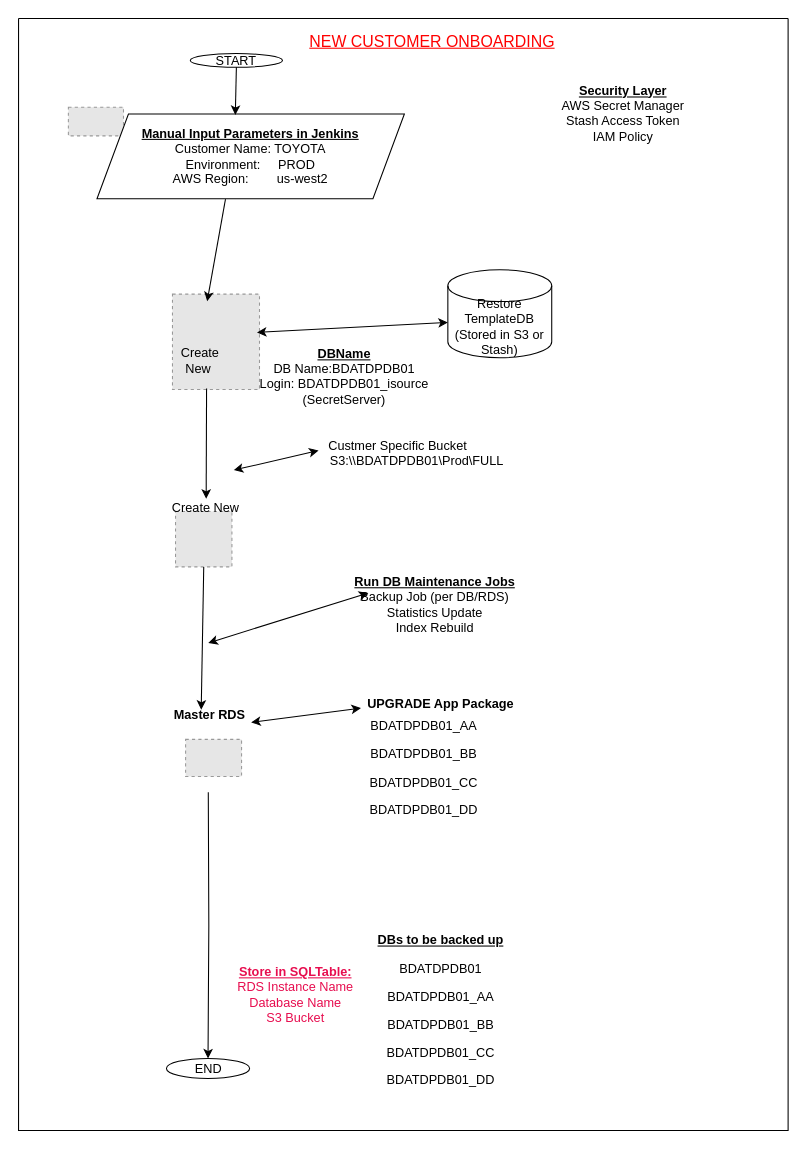
This is Untitled Diagram.drawio from Ravi1983-dev/devopsdemo, a draw.io file, before an edit. Source tidied: cells renumbered, new cells numbered last; positions are measured from the earlier drawing's top-left corner, leaving out a move shared by most shapes. Both pictures are drawn from the tidied source at 106%, with x=0, y=0 at pixel (18, 18). Pictures stored in the file or linked from it are replaced by grey dashed boxes.
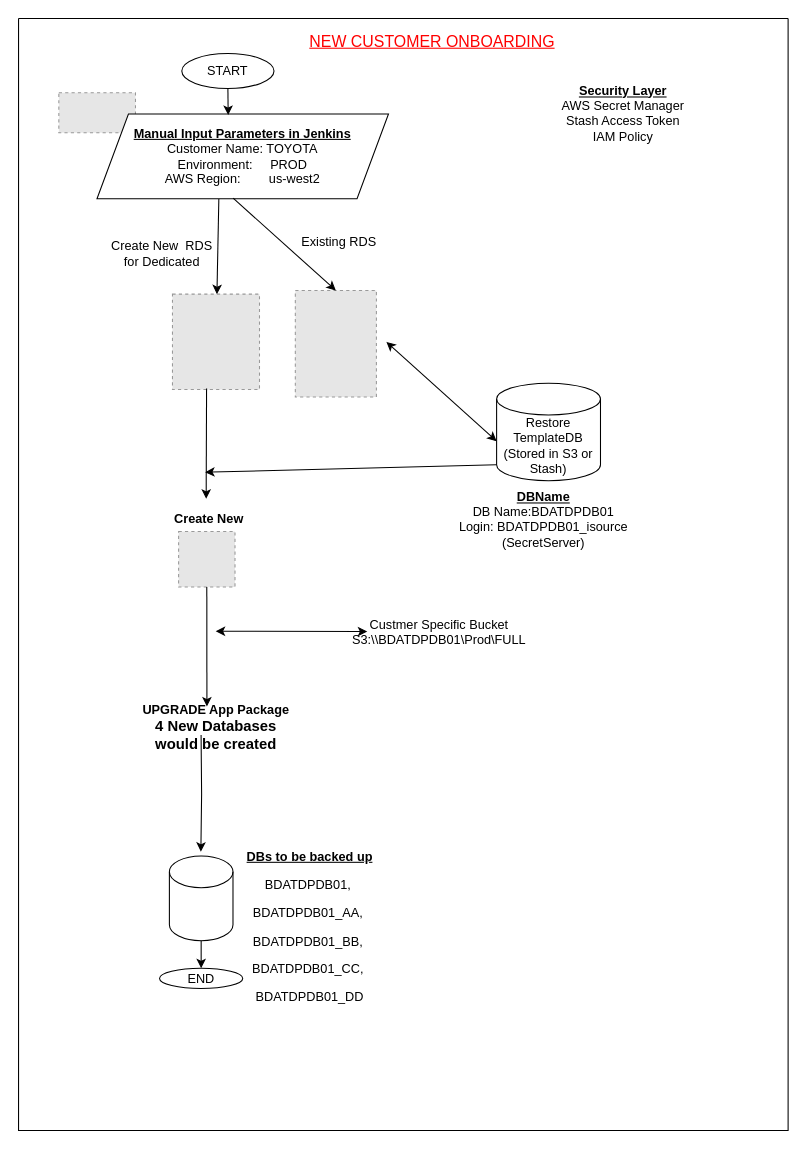
The same page after the edit.

The change refers to these unchanged cells:
```xml
<mxCell id="3" style="swimlane;startSize=0;" parent="1" vertex="1">
  <mxGeometry width="726" height="1049" as="geometry" />
</mxCell>
<mxCell id="14" style="fillColor=#E6E6E6;strokeColor=#999999;dashed=1;verticalLabelPosition=bottom;labelBackgroundColor=default;verticalAlign=top;" parent="3" vertex="1">
  <mxGeometry x="145.2" y="260" width="82.1" height="90" as="geometry" />
</mxCell>
```

What changed in the source:
```diff
@@
-    <mxCell id="2" style="endArrow=classic;startArrow=classic;html=1;rounded=0;entryX=0;entryY=0.25;entryDx=0;entryDy=0;" parent="1" edge="1" target="7">
-      <mxGeometry relative="1" as="geometry">
-        <mxPoint x="203" y="426" as="sourcePoint" />
-      </mxGeometry>
-    </mxCell>
@@
     <mxCell id="6" value="&lt;b&gt;&lt;u&gt;DBName&lt;/u&gt;&lt;/b&gt;&lt;div&gt;&lt;span&gt;DB Name:&lt;/span&gt;&lt;span style=&quot;background-color: transparent; color: light-dark(rgb(0, 0, 0), rgb(255, 255, 255));&quot;&gt;BDATDPDB01&lt;/span&gt;&lt;/div&gt;&lt;div&gt;&lt;span&gt;Login: BDATDPDB01_isource (SecretServer)&lt;/span&gt;&lt;/div&gt;&lt;div&gt;&lt;br&gt;&lt;/div&gt;" style="text;html=1;align=center;verticalAlign=middle;whiteSpace=wrap;rounded=0;" parent="3" vertex="1">
-      <mxGeometry x="215.3" y="344" width="185" height="2" as="geometry" />
+      <mxGeometry x="403" y="479" width="185" height="2" as="geometry" />
     </mxCell>
-    <mxCell id="7" value="Custmer Specific Bucket&lt;div&gt;&lt;br&gt;&lt;/div&gt;" style="text;html=1;align=center;verticalAlign=middle;whiteSpace=wrap;rounded=0;" parent="3" vertex="1">
-      <mxGeometry x="283" y="404" width="150" height="14" as="geometry" />
-    </mxCell>
-    <mxCell id="8" value="S3:\\&lt;span&gt;BDATDPDB01&lt;/span&gt;\Prod\FULL" style="text;html=1;align=center;verticalAlign=middle;whiteSpace=wrap;rounded=0;" parent="3" vertex="1">
-      <mxGeometry x="308" y="412" width="136" height="11" as="geometry" />
+    <mxCell id="8" value="&lt;div&gt;Custmer Specific Bucket&lt;/div&gt;S3:\\&lt;span&gt;BDATDPDB01&lt;/span&gt;\Prod\FULL" style="text;html=1;align=center;verticalAlign=middle;whiteSpace=wrap;rounded=0;" parent="3" vertex="1">
+      <mxGeometry x="329" y="573" width="136" height="11" as="geometry" />
     </mxCell>
     <mxCell id="9" style="fillColor=#E6E6E6;strokeColor=#999999;dashed=1;verticalLabelPosition=bottom;labelBackgroundColor=default;verticalAlign=top;" parent="3" vertex="1">
-      <mxGeometry x="47" y="83.6" width="52" height="27.1" as="geometry" />
+      <mxGeometry x="38" y="70" width="72.3" height="37.7" as="geometry" />
     </mxCell>
     <mxCell id="10" value="&lt;div&gt;&lt;b style=&quot;&quot;&gt;&lt;u&gt;Manual Input Parameters in Jenkins&lt;/u&gt;&lt;/b&gt;&lt;/div&gt;Customer Name: TOYOTA&lt;div&gt;Environment:&amp;nbsp; &amp;nbsp; &amp;nbsp;PROD&lt;/div&gt;&lt;div&gt;AWS Region:&amp;nbsp; &amp;nbsp; &amp;nbsp; &amp;nbsp; us-west2&lt;/div&gt;" style="shape=parallelogram;perimeter=parallelogramPerimeter;whiteSpace=wrap;html=1;fixedSize=1;size=29.66668701171875;" parent="3" vertex="1">
-      <mxGeometry x="74" y="90.1" width="290" height="79.9" as="geometry" />
+      <mxGeometry x="74" y="90.1" width="275" height="79.9" as="geometry" />
     </mxCell>
     <mxCell id="11" value="START" style="ellipse;whiteSpace=wrap;html=1;" parent="3" vertex="1">
-      <mxGeometry x="162" y="33" width="87" height="13" as="geometry" />
+      <mxGeometry x="154" y="33" width="87" height="33" as="geometry" />
     </mxCell>
@@
-    <mxCell id="13" value="&lt;font style=&quot;color: light-dark(rgb(231, 13, 79), rgb(237, 237, 237));&quot;&gt;&lt;b&gt;&lt;u&gt;Store in SQLTable:&lt;/u&gt;&lt;/b&gt;&lt;/font&gt;&lt;div&gt;&lt;font style=&quot;color: light-dark(rgb(231, 13, 79), rgb(237, 237, 237));&quot;&gt;RDS Instance Name&lt;/font&gt;&lt;div&gt;&lt;font style=&quot;color: light-dark(rgb(231, 13, 79), rgb(237, 237, 237));&quot;&gt;Database Name&lt;/font&gt;&lt;/div&gt;&lt;div&gt;&lt;font style=&quot;color: light-dark(rgb(231, 13, 79), rgb(237, 237, 237));&quot;&gt;S3 Bucket&lt;/font&gt;&lt;/div&gt;&lt;/div&gt;" style="text;html=1;align=center;verticalAlign=middle;whiteSpace=wrap;rounded=0;" parent="3" vertex="1">
-      <mxGeometry x="195" y="888" width="132.9" height="65" as="geometry" />
-    </mxCell>
@@
     <mxCell id="15" style="fillColor=#E6E6E6;strokeColor=#999999;dashed=1;verticalLabelPosition=bottom;labelBackgroundColor=default;verticalAlign=top;" parent="3" vertex="1">
-      <mxGeometry x="148.1" y="465" width="53.2" height="52.3" as="geometry" />
+      <mxGeometry x="151" y="484" width="53.2" height="52.3" as="geometry" />
     </mxCell>
-    <mxCell id="16" value="Create New&amp;nbsp;" style="text;html=1;align=center;verticalAlign=middle;whiteSpace=wrap;rounded=0;" parent="3" vertex="1">
-      <mxGeometry x="142.3" y="455" width="73" height="14" as="geometry" />
+    <mxCell id="16" value="Create New&amp;nbsp;" style="text;html=1;align=center;verticalAlign=middle;whiteSpace=wrap;rounded=0;fontStyle=1;" parent="3" vertex="1">
+      <mxGeometry x="145.2" y="465" width="73" height="14" as="geometry" />
     </mxCell>
-    <mxCell id="17" style="endArrow=classic;html=1;rounded=0;exitX=0.418;exitY=1.004;exitDx=0;exitDy=0;exitPerimeter=0;entryX=0.399;entryY=0.075;entryDx=0;entryDy=0;entryPerimeter=0;" parent="3" edge="1" source="10" target="14">
+    <mxCell id="17" style="endArrow=classic;html=1;rounded=0;exitX=0.418;exitY=1.004;exitDx=0;exitDy=0;exitPerimeter=0;" parent="3" edge="1" source="10" target="14">
       <mxGeometry relative="1" as="geometry" />
     </mxCell>
-    <mxCell id="18" value="Create New&amp;nbsp;" style="text;html=1;align=center;verticalAlign=middle;whiteSpace=wrap;rounded=0;" parent="3" vertex="1">
-      <mxGeometry x="142.3" y="316" width="59" height="14" as="geometry" />
+    <mxCell id="18" value="Create New&amp;nbsp; RDS for Dedicated" style="text;html=1;align=center;verticalAlign=middle;whiteSpace=wrap;rounded=0;" parent="3" vertex="1">
+      <mxGeometry x="80" y="215" width="111" height="14" as="geometry" />
     </mxCell>
@@
     <mxCell id="20" value="END" style="ellipse;whiteSpace=wrap;html=1;" parent="3" vertex="1">
-      <mxGeometry x="139.5" y="981" width="78.5" height="19" as="geometry" />
+      <mxGeometry x="133" y="896" width="78.5" height="19" as="geometry" />
     </mxCell>
-    <mxCell id="21" style="edgeStyle=orthogonalEdgeStyle;rounded=0;jettySize=auto;html=1;entryX=0.5;entryY=0;entryDx=0;entryDy=0;" parent="3" edge="1" target="20">
+    <mxCell id="21" style="edgeStyle=orthogonalEdgeStyle;rounded=0;orthogonalLoop=1;jettySize=auto;html=1;" parent="3" edge="1">
       <mxGeometry relative="1" as="geometry">
-        <mxPoint x="179" y="730" as="sourcePoint" />
+        <mxPoint x="172.2" y="676" as="sourcePoint" />
+        <mxPoint x="172" y="786" as="targetPoint" />
       </mxGeometry>
     </mxCell>
-    <mxCell id="22" style="fillColor=#E6E6E6;strokeColor=#999999;dashed=1;verticalLabelPosition=bottom;labelBackgroundColor=default;verticalAlign=top;" parent="3" vertex="1">
-      <mxGeometry x="157.6" y="680" width="52.8" height="35" as="geometry" />
-    </mxCell>
-    <mxCell id="23" value="&lt;b&gt;Master RDS&lt;/b&gt;" style="text;html=1;align=center;verticalAlign=middle;whiteSpace=wrap;rounded=0;" parent="3" vertex="1">
-      <mxGeometry x="142.3" y="650" width="77.2" height="14" as="geometry" />
-    </mxCell>
-    <mxCell id="24" style="endArrow=classic;html=1;rounded=0;exitX=0.5;exitY=1;exitDx=0;exitDy=0;entryX=0.389;entryY=0.141;entryDx=0;entryDy=0;entryPerimeter=0;" parent="3" edge="1" source="15" target="23">
-      <mxGeometry relative="1" as="geometry" />
-    </mxCell>
-    <mxCell id="25" style="endArrow=classic;startArrow=classic;html=1;rounded=0;entryX=0;entryY=0.382;entryDx=0;entryDy=0;entryPerimeter=0;exitX=0.971;exitY=0.401;exitDx=0;exitDy=0;exitPerimeter=0;" parent="3" edge="1" source="14">
+    <mxCell id="25" style="endArrow=classic;startArrow=classic;html=1;rounded=0;entryX=0;entryY=0;entryDx=0;entryDy=54.75;entryPerimeter=0;" parent="3" edge="1" target="28">
       <mxGeometry relative="1" as="geometry">
-        <mxPoint x="405" y="286.7" as="targetPoint" />
+        <mxPoint x="347" y="305" as="sourcePoint" />
       </mxGeometry>
     </mxCell>
-    <mxCell id="26" value="&lt;b&gt;&lt;u&gt;Run DB Maintenance Jobs&lt;/u&gt;&lt;/b&gt;&lt;div&gt;Backup Job (per DB/RDS)&lt;/div&gt;&lt;div&gt;Statistics Update&lt;b&gt;&lt;u&gt;&lt;/u&gt;&lt;/b&gt;&lt;/div&gt;&lt;div&gt;Index Rebuild&lt;/div&gt;" style="text;html=1;align=center;verticalAlign=middle;whiteSpace=wrap;rounded=0;" parent="3" vertex="1">
-      <mxGeometry x="307" y="546" width="172" height="14" as="geometry" />
-    </mxCell>
-    <mxCell id="27" value="&lt;span&gt;&lt;p&gt;&lt;span style=&quot;background-color: transparent; color: light-dark(rgb(0, 0, 0), rgb(255, 255, 255));&quot;&gt;BDATDPDB01_AA&lt;/span&gt;&lt;/p&gt;&lt;p&gt;BDATDPDB01_BB&lt;/p&gt;&lt;p&gt;BDATDPDB01_CC&lt;/p&gt;&lt;p&gt;BDATDPDB01_DD&lt;/p&gt;&lt;/span&gt;" style="text;html=1;align=center;verticalAlign=middle;whiteSpace=wrap;rounded=0;" parent="3" vertex="1">
-      <mxGeometry x="315" y="705" width="135" height="4" as="geometry" />
-    </mxCell>
     <mxCell id="28" value="Restore TemplateDB&lt;div&gt;(Stored in S3 or Stash)&lt;/div&gt;" style="shape=cylinder3;whiteSpace=wrap;html=1;boundedLbl=1;backgroundOutline=1;size=15;" parent="3" vertex="1">
-      <mxGeometry x="405" y="237" width="98" height="83" as="geometry" />
+      <mxGeometry x="451" y="344" width="98" height="92" as="geometry" />
     </mxCell>
-    <mxCell id="29" value="UPGRADE App Package" style="text;html=1;align=center;verticalAlign=middle;whiteSpace=wrap;rounded=0;fontStyle=1;" parent="3" vertex="1">
-      <mxGeometry x="323" y="640" width="151" height="14" as="geometry" />
+    <mxCell id="29" value="UPGRADE App Package&lt;div&gt;&lt;font style=&quot;font-size: 14px;&quot;&gt;4 New Databases would be created&lt;/font&gt;&lt;/div&gt;" style="text;html=1;align=center;verticalAlign=middle;whiteSpace=wrap;rounded=0;fontStyle=1;" parent="3" vertex="1">
+      <mxGeometry x="110.8" y="662" width="151" height="14" as="geometry" />
     </mxCell>
-    <mxCell id="30" style="endArrow=classic;startArrow=classic;html=1;rounded=0;exitX=1;exitY=1;exitDx=0;exitDy=0;entryX=0;entryY=0.75;entryDx=0;entryDy=0;" parent="3" edge="1" source="23" target="29">
-      <mxGeometry relative="1" as="geometry" />
-    </mxCell>
-    <mxCell id="31" value="&lt;span&gt;&lt;p&gt;&lt;b&gt;&lt;u&gt;DBs to be backed up&lt;/u&gt;&lt;/b&gt;&lt;/p&gt;&lt;p&gt;BDATDPDB01&lt;/p&gt;&lt;p&gt;&lt;span style=&quot;background-color: transparent; color: light-dark(rgb(0, 0, 0), rgb(255, 255, 255));&quot;&gt;BDATDPDB01_AA&lt;/span&gt;&lt;/p&gt;&lt;p&gt;BDATDPDB01_BB&lt;/p&gt;&lt;p&gt;BDATDPDB01_CC&lt;/p&gt;&lt;p&gt;BDATDPDB01_DD&lt;/p&gt;&lt;/span&gt;" style="text;html=1;align=center;verticalAlign=middle;whiteSpace=wrap;rounded=0;" parent="3" vertex="1">
-      <mxGeometry x="331" y="934" width="135" height="4" as="geometry" />
+    <mxCell id="31" value="&lt;span&gt;&lt;p&gt;&lt;b&gt;&lt;u&gt;DBs to be backed up&lt;/u&gt;&lt;/b&gt;&lt;/p&gt;&lt;p&gt;BDATDPDB01,&amp;nbsp;&lt;/p&gt;&lt;p&gt;&lt;span style=&quot;background-color: transparent; color: light-dark(rgb(0, 0, 0), rgb(255, 255, 255));&quot;&gt;BDATDPDB01_AA,&amp;nbsp;&lt;/span&gt;&lt;/p&gt;&lt;p&gt;&lt;span style=&quot;background-color: transparent; color: light-dark(rgb(0, 0, 0), rgb(255, 255, 255));&quot;&gt;BDATDPDB01_BB,&amp;nbsp;&lt;/span&gt;&lt;/p&gt;&lt;p&gt;&lt;span style=&quot;background-color: transparent; color: light-dark(rgb(0, 0, 0), rgb(255, 255, 255));&quot;&gt;BDATDPDB01_CC,&amp;nbsp;&lt;/span&gt;&lt;/p&gt;&lt;p&gt;&lt;span style=&quot;background-color: transparent; color: light-dark(rgb(0, 0, 0), rgb(255, 255, 255));&quot;&gt;BDATDPDB01_DD&lt;/span&gt;&lt;/p&gt;&lt;/span&gt;" style="text;html=1;align=center;verticalAlign=middle;whiteSpace=wrap;rounded=0;" parent="3" vertex="1">
+      <mxGeometry x="181" y="855" width="188" height="4" as="geometry" />
     </mxCell>
+    <mxCell id="33" style="fillColor=#E6E6E6;strokeColor=#999999;dashed=1;verticalLabelPosition=bottom;labelBackgroundColor=default;verticalAlign=top;" parent="3" vertex="1">
+      <mxGeometry x="261.1" y="256.5" width="76.5" height="100.5" as="geometry" />
+    </mxCell>
+    <mxCell id="34" style="endArrow=classic;html=1;rounded=0;exitX=0.467;exitY=0.993;exitDx=0;exitDy=0;exitPerimeter=0;entryX=0.5;entryY=0;entryDx=0;entryDy=0;" parent="3" edge="1" source="10" target="33">
+      <mxGeometry relative="1" as="geometry" />
+    </mxCell>
+    <mxCell id="35" value="Existing RDS" style="text;html=1;align=center;verticalAlign=middle;whiteSpace=wrap;rounded=0;" parent="3" vertex="1">
+      <mxGeometry x="261.1" y="204" width="83" height="14" as="geometry" />
+    </mxCell>
+    <mxCell id="36" style="endArrow=classic;html=1;rounded=0;exitX=0;exitY=1;exitDx=0;exitDy=-15;exitPerimeter=0;" parent="3" edge="1" source="28">
+      <mxGeometry relative="1" as="geometry">
+        <mxPoint x="176" y="428" as="targetPoint" />
+      </mxGeometry>
+    </mxCell>
+    <mxCell id="37" style="shape=cylinder3;whiteSpace=wrap;html=1;boundedLbl=1;backgroundOutline=1;size=15;" parent="3" vertex="1">
+      <mxGeometry x="142.3" y="790" width="60" height="80" as="geometry" />
+    </mxCell>
+    <mxCell id="38" style="endArrow=classic;html=1;rounded=0;exitX=0.5;exitY=1;exitDx=0;exitDy=0;entryX=0.443;entryY=-0.929;entryDx=0;entryDy=0;entryPerimeter=0;" parent="3" edge="1" source="15" target="29">
+      <mxGeometry relative="1" as="geometry" />
+    </mxCell>
+    <mxCell id="39" style="endArrow=classic;html=1;rounded=0;exitX=0.5;exitY=1;exitDx=0;exitDy=0;exitPerimeter=0;entryX=0.5;entryY=0;entryDx=0;entryDy=0;" parent="3" edge="1" source="37" target="20">
+      <mxGeometry relative="1" as="geometry" />
+    </mxCell>
-    <mxCell id="32" style="endArrow=classic;startArrow=classic;html=1;rounded=0;" parent="1" edge="1">
+    <mxCell id="32" style="endArrow=classic;startArrow=classic;html=1;rounded=0;" parent="1" edge="1" target="8">
       <mxGeometry relative="1" as="geometry">
-        <mxPoint x="179" y="589" as="sourcePoint" />
-        <mxPoint x="330" y="542" as="targetPoint" />
+        <mxPoint x="186" y="578" as="sourcePoint" />
       </mxGeometry>
     </mxCell>
```
